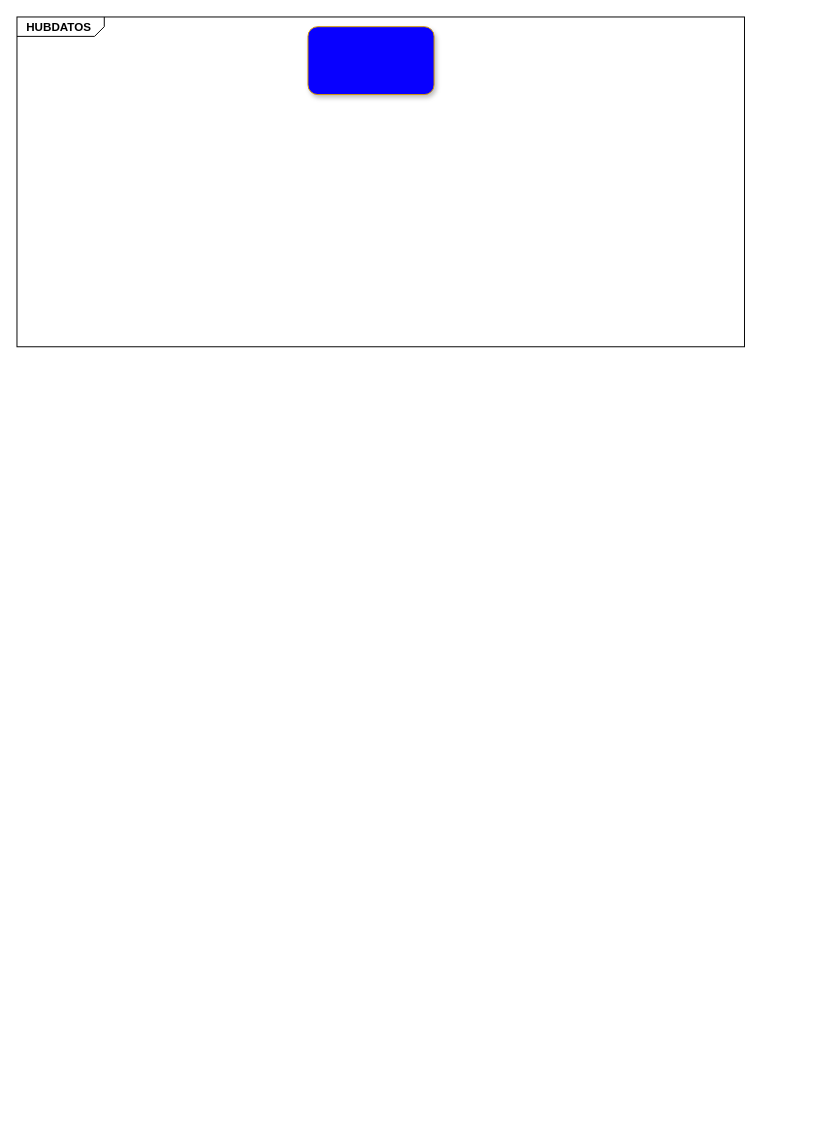
Above: HUBDATOS_V1.drawio in darkarand92/Diagramas-Integracion (draw.io), before the change. Source tidied: cells renumbered, new cells numbered last; positions are measured from the earlier drawing's top-left corner, leaving out a move shared by most shapes. Both pictures are drawn from the tidied source at 97%, with x=0, y=0 at pixel (16, 16).
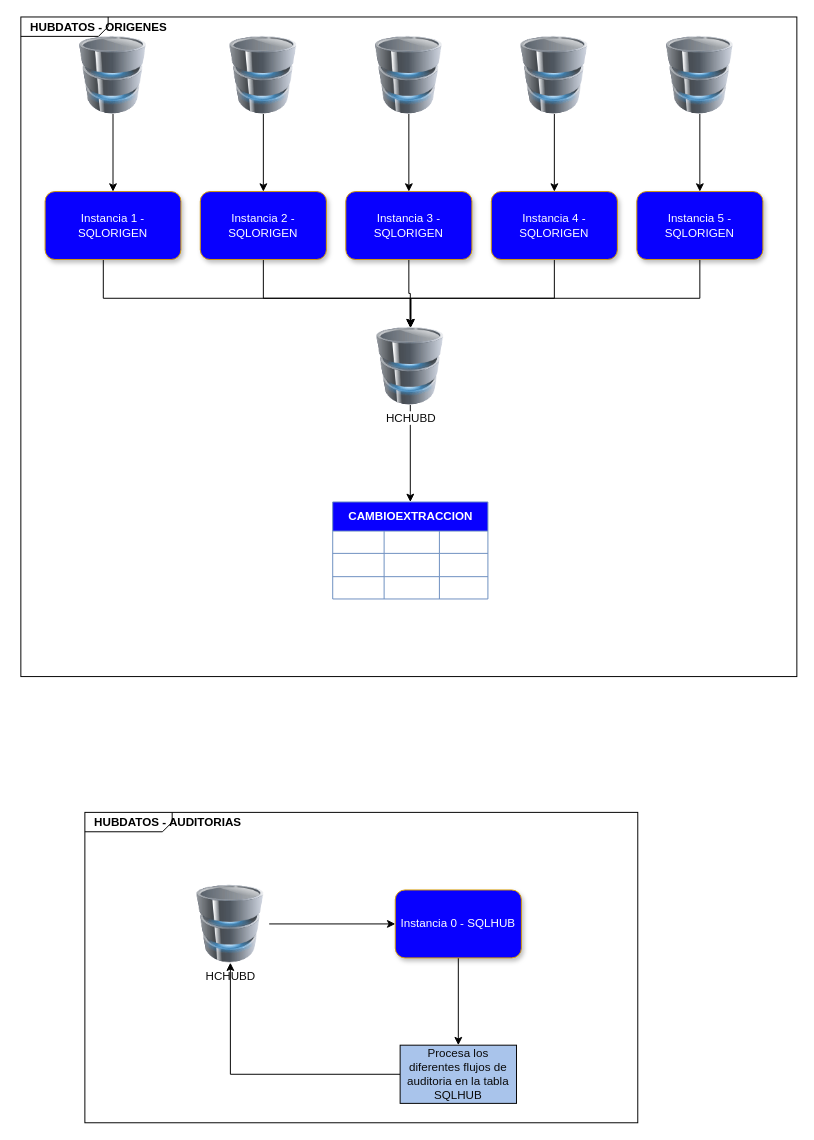
Above is the later version.

The edit, as a diff of the source:
```diff
@@
-    <mxCell id="2" value="&lt;p style=&quot;margin: 0px ; margin-top: 4px ; margin-left: 10px ; text-align: left&quot;&gt;&lt;b&gt;HUBDATOS&lt;/b&gt;&lt;/p&gt;" style="html=1;shape=mxgraph.sysml.package;xSize=90;align=left;spacingLeft=10;overflow=fill;strokeWidth=1;" parent="1" vertex="1">
-      <mxGeometry width="750" height="340" as="geometry" />
+    <mxCell id="2" value="&lt;p style=&quot;margin: 0px ; margin-top: 4px ; margin-left: 10px ; text-align: left&quot;&gt;&lt;b&gt;HUBDATOS - ORIGENES&lt;/b&gt;&lt;/p&gt;&lt;p style=&quot;margin: 0px ; margin-top: 4px ; margin-left: 10px ; text-align: left&quot;&gt;&lt;b&gt;&lt;br&gt;&lt;/b&gt;&lt;/p&gt;" style="html=1;shape=mxgraph.sysml.package;xSize=90;align=left;spacingLeft=10;overflow=fill;strokeWidth=1;" parent="1" vertex="1">
+      <mxGeometry x="4" width="800" height="680" as="geometry" />
     </mxCell>
+    <mxCell id="4" style="edgeStyle=orthogonalEdgeStyle;rounded=0;jettySize=auto;html=1;entryX=0.5;entryY=0;entryDx=0;entryDy=0;fontColor=#0A0A0A;" parent="1" edge="1" source="5" target="28">
+      <mxGeometry relative="1" as="geometry">
+        <Array as="points">
+          <mxPoint x="89" y="290" />
+          <mxPoint x="406" y="290" />
+        </Array>
+      </mxGeometry>
+    </mxCell>
+    <mxCell id="5" value="&lt;font color=&quot;#ffffff&quot;&gt;Instancia 1 - SQLORIGEN&lt;/font&gt;" style="html=1;outlineConnect=0;whiteSpace=wrap;shape=mxgraph.archimate3.application;archiType=rounded;strokeColor=#d79b00;sketch=0;shadow=1;fillColor=#0800FF;" parent="1" vertex="1">
+      <mxGeometry x="29" y="180" width="140" height="70" as="geometry" />
+    </mxCell>
+    <mxCell id="6" style="edgeStyle=orthogonalEdgeStyle;rounded=0;jettySize=auto;html=1;entryX=0.5;entryY=0;entryDx=0;entryDy=0;fontColor=#0A0A0A;" parent="1" edge="1" source="7" target="28">
+      <mxGeometry relative="1" as="geometry">
+        <Array as="points">
+          <mxPoint x="554" y="290" />
+          <mxPoint x="406" y="290" />
+        </Array>
+      </mxGeometry>
+    </mxCell>
+    <mxCell id="7" value="&lt;span style=&quot;color: rgb(255 , 255 , 255)&quot;&gt;Instancia 4 - SQLORIGEN&lt;/span&gt;" style="html=1;outlineConnect=0;whiteSpace=wrap;shape=mxgraph.archimate3.application;archiType=rounded;strokeColor=#d79b00;sketch=0;shadow=1;fillColor=#0800FF;" parent="1" vertex="1">
+      <mxGeometry x="489" y="180" width="130" height="70" as="geometry" />
+    </mxCell>
+    <mxCell id="8" style="edgeStyle=orthogonalEdgeStyle;rounded=0;jettySize=auto;html=1;entryX=0.5;entryY=0;entryDx=0;entryDy=0;fontColor=#0A0A0A;" parent="1" edge="1" source="9" target="28">
+      <mxGeometry relative="1" as="geometry" />
+    </mxCell>
+    <mxCell id="9" value="&lt;span style=&quot;color: rgb(255 , 255 , 255)&quot;&gt;Instancia 3 - SQLORIGEN&lt;/span&gt;" style="html=1;outlineConnect=0;whiteSpace=wrap;shape=mxgraph.archimate3.application;archiType=rounded;strokeColor=#d79b00;sketch=0;shadow=1;fillColor=#0800FF;" parent="1" vertex="1">
+      <mxGeometry x="339" y="180" width="130" height="70" as="geometry" />
+    </mxCell>
+    <mxCell id="10" style="edgeStyle=orthogonalEdgeStyle;rounded=0;jettySize=auto;html=1;fontColor=#0A0A0A;" parent="1" edge="1" source="11" target="28">
+      <mxGeometry relative="1" as="geometry">
+        <Array as="points">
+          <mxPoint x="254" y="290" />
+          <mxPoint x="406" y="290" />
+        </Array>
+      </mxGeometry>
+    </mxCell>
+    <mxCell id="11" value="&lt;span style=&quot;color: rgb(255 , 255 , 255)&quot;&gt;Instancia 2 - SQLORIGEN&lt;/span&gt;" style="html=1;outlineConnect=0;whiteSpace=wrap;shape=mxgraph.archimate3.application;archiType=rounded;strokeColor=#d79b00;sketch=0;shadow=1;fillColor=#0800FF;" parent="1" vertex="1">
+      <mxGeometry x="189" y="180" width="130" height="70" as="geometry" />
+    </mxCell>
+    <mxCell id="12" style="edgeStyle=orthogonalEdgeStyle;rounded=0;jettySize=auto;html=1;fontColor=#0A0A0A;" parent="1" edge="1" source="13" target="28">
+      <mxGeometry relative="1" as="geometry">
+        <Array as="points">
+          <mxPoint x="704" y="290" />
+          <mxPoint x="406" y="290" />
+        </Array>
+      </mxGeometry>
+    </mxCell>
+    <mxCell id="13" value="&lt;span style=&quot;color: rgb(255 , 255 , 255)&quot;&gt;Instancia 5 - SQLORIGEN&lt;/span&gt;" style="html=1;outlineConnect=0;whiteSpace=wrap;shape=mxgraph.archimate3.application;archiType=rounded;strokeColor=#d79b00;sketch=0;shadow=1;fillColor=#0800FF;" parent="1" vertex="1">
+      <mxGeometry x="639" y="180" width="130" height="70" as="geometry" />
+    </mxCell>
+    <mxCell id="14" value="CAMBIOEXTRACCION" style="shape=table;html=1;whiteSpace=wrap;startSize=30;childLayout=tableLayout;fontStyle=1;align=center;strokeColor=#6c8ebf;gradientColor=#0800FF;fillColor=#0800FF;fontColor=#FFFFFF;" parent="1" vertex="1">
+      <mxGeometry x="325.5" y="500" width="160" height="100" as="geometry" />
+    </mxCell>
+    <mxCell id="15" style="shape=partialRectangle;html=1;whiteSpace=wrap;fillColor=none;top=0;left=0;bottom=0;right=0;" parent="14" vertex="1">
+      <mxGeometry y="30" width="160" height="23" as="geometry" />
+    </mxCell>
+    <mxCell id="16" style="shape=partialRectangle;html=1;whiteSpace=wrap;fillColor=none;top=0;left=0;bottom=0;right=0;overflow=hidden;" parent="15" vertex="1">
+      <mxGeometry width="53" height="23" as="geometry" />
+    </mxCell>
+    <mxCell id="17" style="shape=partialRectangle;html=1;whiteSpace=wrap;fillColor=none;top=0;left=0;bottom=0;right=0;overflow=hidden;" parent="15" vertex="1">
+      <mxGeometry x="53" width="57" height="23" as="geometry" />
+    </mxCell>
+    <mxCell id="18" style="shape=partialRectangle;html=1;whiteSpace=wrap;fillColor=none;top=0;left=0;bottom=0;right=0;overflow=hidden;" parent="15" vertex="1">
+      <mxGeometry x="110" width="50" height="23" as="geometry" />
+    </mxCell>
+    <mxCell id="19" style="shape=partialRectangle;html=1;whiteSpace=wrap;fillColor=none;top=0;left=0;bottom=0;right=0;" parent="14" vertex="1">
+      <mxGeometry y="53" width="160" height="24" as="geometry" />
+    </mxCell>
+    <mxCell id="20" style="shape=partialRectangle;html=1;whiteSpace=wrap;fillColor=none;top=0;left=0;bottom=0;right=0;overflow=hidden;" parent="19" vertex="1">
+      <mxGeometry width="53" height="24" as="geometry" />
+    </mxCell>
+    <mxCell id="21" style="shape=partialRectangle;html=1;whiteSpace=wrap;fillColor=none;top=0;left=0;bottom=0;right=0;overflow=hidden;" parent="19" vertex="1">
+      <mxGeometry x="53" width="57" height="24" as="geometry" />
+    </mxCell>
+    <mxCell id="22" style="shape=partialRectangle;html=1;whiteSpace=wrap;fillColor=none;top=0;left=0;bottom=0;right=0;overflow=hidden;" parent="19" vertex="1">
+      <mxGeometry x="110" width="50" height="24" as="geometry" />
+    </mxCell>
+    <mxCell id="23" style="shape=partialRectangle;html=1;whiteSpace=wrap;fillColor=none;top=0;left=0;bottom=0;right=0;" parent="14" vertex="1">
+      <mxGeometry y="77" width="160" height="23" as="geometry" />
+    </mxCell>
+    <mxCell id="24" style="shape=partialRectangle;html=1;whiteSpace=wrap;fillColor=none;top=0;left=0;bottom=0;right=0;overflow=hidden;" parent="23" vertex="1">
+      <mxGeometry width="53" height="23" as="geometry" />
+    </mxCell>
+    <mxCell id="25" style="shape=partialRectangle;html=1;whiteSpace=wrap;fillColor=none;top=0;left=0;bottom=0;right=0;overflow=hidden;" parent="23" vertex="1">
+      <mxGeometry x="53" width="57" height="23" as="geometry" />
+    </mxCell>
+    <mxCell id="26" style="shape=partialRectangle;html=1;whiteSpace=wrap;fillColor=none;top=0;left=0;bottom=0;right=0;overflow=hidden;" parent="23" vertex="1">
+      <mxGeometry x="110" width="50" height="23" as="geometry" />
+    </mxCell>
+    <mxCell id="27" style="edgeStyle=orthogonalEdgeStyle;rounded=0;jettySize=auto;html=1;entryX=0.5;entryY=0;entryDx=0;entryDy=0;fontColor=#0A0A0A;" parent="1" edge="1" source="28" target="14">
+      <mxGeometry relative="1" as="geometry" />
+    </mxCell>
+    <mxCell id="28" value="HCHUBD" style="image;html=1;image=img/lib/clip_art/computers/Database_128x128.png;fillColor=#0800FF;gradientColor=#0800FF;fontColor=#0A0A0A;" parent="1" vertex="1">
+      <mxGeometry x="365.5" y="320" width="80" height="80" as="geometry" />
+    </mxCell>
+    <mxCell id="29" value="&lt;p style=&quot;margin: 0px ; margin-top: 4px ; margin-left: 10px ; text-align: left&quot;&gt;&lt;b&gt;HUBDATOS - AUDITORIAS&lt;/b&gt;&lt;/p&gt;&lt;p style=&quot;margin: 0px ; margin-top: 4px ; margin-left: 10px ; text-align: left&quot;&gt;&lt;b&gt;&lt;br&gt;&lt;/b&gt;&lt;/p&gt;" style="html=1;shape=mxgraph.sysml.package;xSize=90;align=left;spacingLeft=10;overflow=fill;strokeWidth=1;" parent="1" vertex="1">
+      <mxGeometry x="70" y="820" width="570" height="320" as="geometry" />
+    </mxCell>
+    <mxCell id="30" style="edgeStyle=orthogonalEdgeStyle;rounded=0;jettySize=auto;html=1;fontColor=#0A0A0A;" parent="1" edge="1" source="3" target="44">
+      <mxGeometry relative="1" as="geometry" />
+    </mxCell>
-    <mxCell id="3" style="html=1;outlineConnect=0;whiteSpace=wrap;shape=mxgraph.archimate3.application;archiType=rounded;strokeColor=#d79b00;sketch=0;shadow=1;fillColor=#0800FF;" parent="1" vertex="1">
-      <mxGeometry x="300" y="10" width="130" height="70" as="geometry" />
+    <mxCell id="3" value="&lt;font color=&quot;#ffffff&quot;&gt;Instancia 0 - SQLHUB&lt;/font&gt;" style="html=1;outlineConnect=0;whiteSpace=wrap;shape=mxgraph.archimate3.application;archiType=rounded;strokeColor=#d79b00;sketch=0;shadow=1;fillColor=#0800FF;" parent="1" vertex="1">
+      <mxGeometry x="390" y="900" width="130" height="70" as="geometry" />
     </mxCell>
+    <mxCell id="31" style="edgeStyle=orthogonalEdgeStyle;rounded=0;jettySize=auto;html=1;fontColor=#0A0A0A;" parent="1" edge="1" source="32" target="11">
+      <mxGeometry relative="1" as="geometry" />
+    </mxCell>
+    <mxCell id="32" style="image;html=1;image=img/lib/clip_art/computers/Database_128x128.png;fillColor=#0800FF;gradientColor=#0800FF;fontColor=#0A0A0A;" parent="1" vertex="1">
+      <mxGeometry x="214" y="20" width="80" height="80" as="geometry" />
+    </mxCell>
+    <mxCell id="33" style="edgeStyle=orthogonalEdgeStyle;rounded=0;jettySize=auto;html=1;fontColor=#0A0A0A;" parent="1" edge="1" source="34" target="9">
+      <mxGeometry relative="1" as="geometry" />
+    </mxCell>
+    <mxCell id="34" style="image;html=1;image=img/lib/clip_art/computers/Database_128x128.png;fillColor=#0800FF;gradientColor=#0800FF;fontColor=#0A0A0A;" parent="1" vertex="1">
+      <mxGeometry x="364" y="20" width="80" height="80" as="geometry" />
+    </mxCell>
+    <mxCell id="35" style="edgeStyle=orthogonalEdgeStyle;rounded=0;jettySize=auto;html=1;fontColor=#0A0A0A;" parent="1" edge="1" source="36" target="7">
+      <mxGeometry relative="1" as="geometry" />
+    </mxCell>
+    <mxCell id="36" style="image;html=1;image=img/lib/clip_art/computers/Database_128x128.png;fillColor=#0800FF;gradientColor=#0800FF;fontColor=#0A0A0A;" parent="1" vertex="1">
+      <mxGeometry x="514" y="20" width="80" height="80" as="geometry" />
+    </mxCell>
+    <mxCell id="37" style="edgeStyle=orthogonalEdgeStyle;rounded=0;jettySize=auto;html=1;fontColor=#0A0A0A;" parent="1" edge="1" source="38" target="13">
+      <mxGeometry relative="1" as="geometry" />
+    </mxCell>
+    <mxCell id="38" style="image;html=1;image=img/lib/clip_art/computers/Database_128x128.png;fillColor=#0800FF;gradientColor=#0800FF;fontColor=#0A0A0A;" parent="1" vertex="1">
+      <mxGeometry x="664" y="20" width="80" height="80" as="geometry" />
+    </mxCell>
+    <mxCell id="39" style="edgeStyle=orthogonalEdgeStyle;rounded=0;jettySize=auto;html=1;fontColor=#0A0A0A;" parent="1" edge="1" source="40" target="5">
+      <mxGeometry relative="1" as="geometry" />
+    </mxCell>
+    <mxCell id="40" style="image;html=1;image=img/lib/clip_art/computers/Database_128x128.png;fillColor=#0800FF;gradientColor=#0800FF;fontColor=#0A0A0A;" parent="1" vertex="1">
+      <mxGeometry x="59" y="20" width="80" height="80" as="geometry" />
+    </mxCell>
+    <mxCell id="41" style="edgeStyle=orthogonalEdgeStyle;rounded=0;jettySize=auto;html=1;entryX=0;entryY=0.5;entryDx=0;entryDy=0;entryPerimeter=0;fontColor=#0A0A0A;" parent="1" edge="1" source="42" target="3">
+      <mxGeometry relative="1" as="geometry" />
+    </mxCell>
+    <mxCell id="42" value="HCHUBD" style="image;html=1;image=img/lib/clip_art/computers/Database_128x128.png;fillColor=#0800FF;gradientColor=#0800FF;fontColor=#0A0A0A;" parent="1" vertex="1">
+      <mxGeometry x="180" y="895" width="80" height="80" as="geometry" />
+    </mxCell>
+    <mxCell id="43" style="edgeStyle=orthogonalEdgeStyle;rounded=0;jettySize=auto;html=1;entryX=0.5;entryY=1;entryDx=0;entryDy=0;fontColor=#0A0A0A;" parent="1" edge="1" source="44" target="42">
+      <mxGeometry relative="1" as="geometry" />
+    </mxCell>
+    <mxCell id="44" value="&lt;span&gt;Procesa los diferentes flujos de auditoria en la tabla SQLHUB&lt;/span&gt;" style="rounded=0;whiteSpace=wrap;html=1;fontColor=#0A0A0A;gradientColor=#A9C4EB;fillColor=#A9C4EB;" parent="1" vertex="1">
+      <mxGeometry x="395" y="1060" width="120" height="60" as="geometry" />
+    </mxCell>
```
